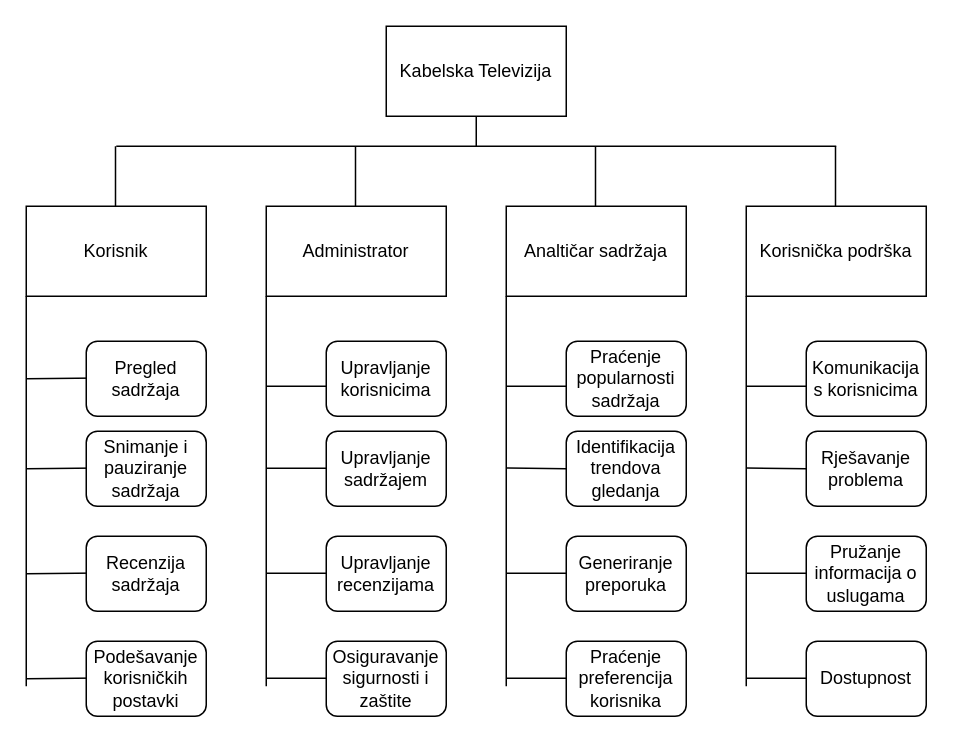
Before: Specifikacija zahtjeva/Model funkcija/Dijagram dekompozicije funkcija.drawio in Franjo7/PIS, a draw.io diagram. Source tidied: cells renumbered, new cells numbered last; positions are measured from the earlier drawing's top-left corner, leaving out a move shared by most shapes. Both pictures are drawn from the tidied source at 150%, with x=0, y=0 at pixel (26, 26).
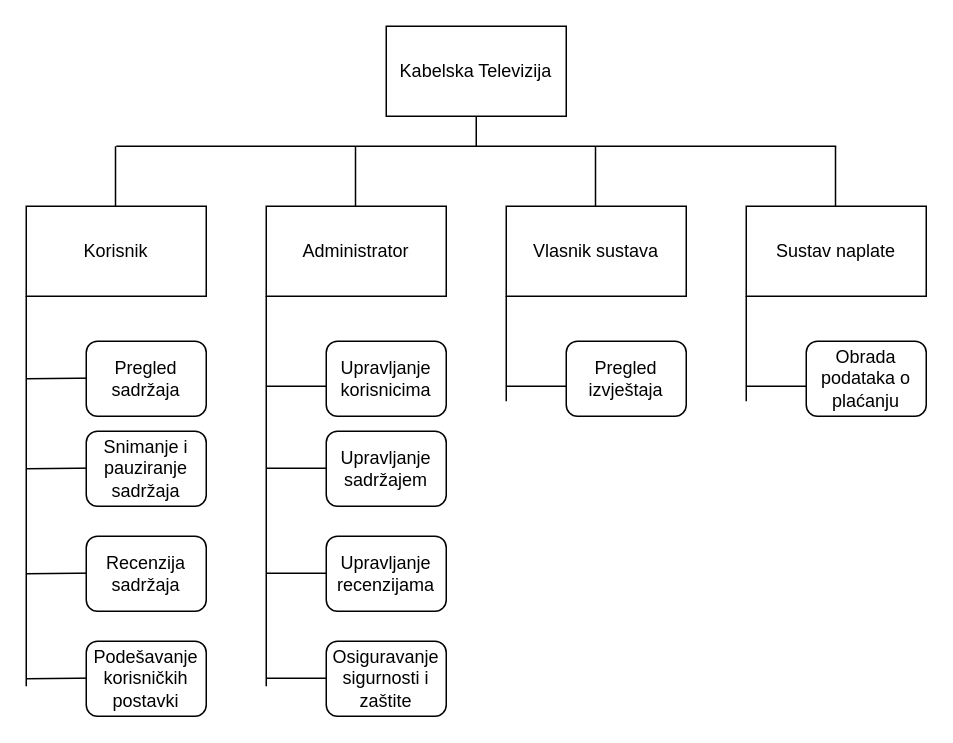
Above is the later version.

Commit message (it also covers changes not shown here):
Izmijenjen dijagram dekompozicije funkcija, dodan dijagram konteksta

What changed in the source:
```diff
@@
-    <mxCell id="7" value="Analtičar sadržaja" style="rounded=0;whiteSpace=wrap;html=1;" parent="1" vertex="1">
+    <mxCell id="7" value="Vlasnik sustava" style="rounded=0;whiteSpace=wrap;html=1;" parent="1" vertex="1">
       <mxGeometry x="320" y="120" width="120" height="60" as="geometry" />
     </mxCell>
@@
-    <mxCell id="13" value="Korisnička podrška" style="rounded=0;whiteSpace=wrap;html=1;" parent="1" vertex="1">
+    <mxCell id="13" value="Sustav naplate" style="rounded=0;whiteSpace=wrap;html=1;" parent="1" vertex="1">
       <mxGeometry x="480" y="120" width="120" height="60" as="geometry" />
     </mxCell>
@@
     <mxCell id="33" style="endArrow=none;html=1;rounded=0;" parent="1" edge="1">
       <mxGeometry relative="1" as="geometry">
-        <mxPoint x="320" y="440" as="sourcePoint" />
+        <mxPoint x="320" y="250" as="sourcePoint" />
         <mxPoint x="320" y="190" as="targetPoint" />
         <Array as="points">
           <mxPoint x="320" y="180" />
         </Array>
       </mxGeometry>
     </mxCell>
@@
-    <mxCell id="35" value="Praćenje popularnosti sadržaja" style="rounded=1;whiteSpace=wrap;html=1;" parent="1" vertex="1">
+    <mxCell id="35" value="Pregled izvještaja" style="rounded=1;whiteSpace=wrap;html=1;" parent="1" vertex="1">
       <mxGeometry x="360" y="210" width="80" height="50" as="geometry" />
     </mxCell>
-    <mxCell id="36" value="Identifikacija trendova gledanja" style="rounded=1;whiteSpace=wrap;html=1;" parent="1" vertex="1">
-      <mxGeometry x="360" y="270" width="80" height="50" as="geometry" />
-    </mxCell>
-    <mxCell id="37" style="endArrow=none;html=1;rounded=0;exitX=0;exitY=0.5;exitDx=0;exitDy=0;" parent="1" edge="1" source="36">
-      <mxGeometry relative="1" as="geometry">
-        <mxPoint x="320" y="294.5" as="targetPoint" />
-        <Array as="points">
-          <mxPoint x="320" y="294.5" />
-        </Array>
-      </mxGeometry>
-    </mxCell>
-    <mxCell id="38" style="endArrow=none;html=1;rounded=0;" parent="1" edge="1">
-      <mxGeometry relative="1" as="geometry">
-        <mxPoint x="390" y="364.7" as="sourcePoint" />
-        <mxPoint x="320" y="364.7" as="targetPoint" />
-        <Array as="points">
-          <mxPoint x="320" y="364.7" />
-        </Array>
-      </mxGeometry>
-    </mxCell>
-    <mxCell id="39" value="Generiranje preporuka" style="rounded=1;whiteSpace=wrap;html=1;" parent="1" vertex="1">
-      <mxGeometry x="360" y="340" width="80" height="50" as="geometry" />
-    </mxCell>
-    <mxCell id="40" style="endArrow=none;html=1;rounded=0;" parent="1" edge="1">
-      <mxGeometry relative="1" as="geometry">
-        <mxPoint x="390" y="434.7" as="sourcePoint" />
-        <mxPoint x="320" y="434.7" as="targetPoint" />
-        <Array as="points">
-          <mxPoint x="320" y="434.7" />
-        </Array>
-      </mxGeometry>
-    </mxCell>
-    <mxCell id="41" value="Praćenje preferencija korisnika" style="rounded=1;whiteSpace=wrap;html=1;" parent="1" vertex="1">
-      <mxGeometry x="360" y="410" width="80" height="50" as="geometry" />
-    </mxCell>
     <mxCell id="42" style="endArrow=none;html=1;rounded=0;" parent="1" edge="1">
       <mxGeometry relative="1" as="geometry">
-        <mxPoint x="480" y="440" as="sourcePoint" />
+        <mxPoint x="480" y="250" as="sourcePoint" />
         <mxPoint x="480" y="190" as="targetPoint" />
         <Array as="points">
           <mxPoint x="480" y="180" />
         </Array>
       </mxGeometry>
     </mxCell>
@@
-    <mxCell id="44" value="Komunikacija s korisnicima" style="rounded=1;whiteSpace=wrap;html=1;" parent="1" vertex="1">
+    <mxCell id="44" value="Obrada podataka o plaćanju" style="rounded=1;whiteSpace=wrap;html=1;" parent="1" vertex="1">
       <mxGeometry x="520" y="210" width="80" height="50" as="geometry" />
     </mxCell>
-    <mxCell id="45" value="Rješavanje problema" style="rounded=1;whiteSpace=wrap;html=1;" parent="1" vertex="1">
-      <mxGeometry x="520" y="270" width="80" height="50" as="geometry" />
-    </mxCell>
-    <mxCell id="46" style="endArrow=none;html=1;rounded=0;exitX=0;exitY=0.5;exitDx=0;exitDy=0;" parent="1" edge="1" source="45">
-      <mxGeometry relative="1" as="geometry">
-        <mxPoint x="480" y="294.5" as="targetPoint" />
-        <Array as="points">
-          <mxPoint x="480" y="294.5" />
-        </Array>
-      </mxGeometry>
-    </mxCell>
-    <mxCell id="47" style="endArrow=none;html=1;rounded=0;" parent="1" edge="1">
-      <mxGeometry relative="1" as="geometry">
-        <mxPoint x="550" y="364.7" as="sourcePoint" />
-        <mxPoint x="480" y="364.7" as="targetPoint" />
-        <Array as="points">
-          <mxPoint x="480" y="364.7" />
-        </Array>
-      </mxGeometry>
-    </mxCell>
-    <mxCell id="48" value="Pružanje informacija o uslugama" style="rounded=1;whiteSpace=wrap;html=1;" parent="1" vertex="1">
-      <mxGeometry x="520" y="340" width="80" height="50" as="geometry" />
-    </mxCell>
-    <mxCell id="49" style="endArrow=none;html=1;rounded=0;" parent="1" edge="1">
-      <mxGeometry relative="1" as="geometry">
-        <mxPoint x="550" y="434.7" as="sourcePoint" />
-        <mxPoint x="480" y="434.7" as="targetPoint" />
-        <Array as="points">
-          <mxPoint x="480" y="434.7" />
-        </Array>
-      </mxGeometry>
-    </mxCell>
-    <mxCell id="50" value="Dostupnost" style="rounded=1;whiteSpace=wrap;html=1;" parent="1" vertex="1">
-      <mxGeometry x="520" y="410" width="80" height="50" as="geometry" />
-    </mxCell>
```
